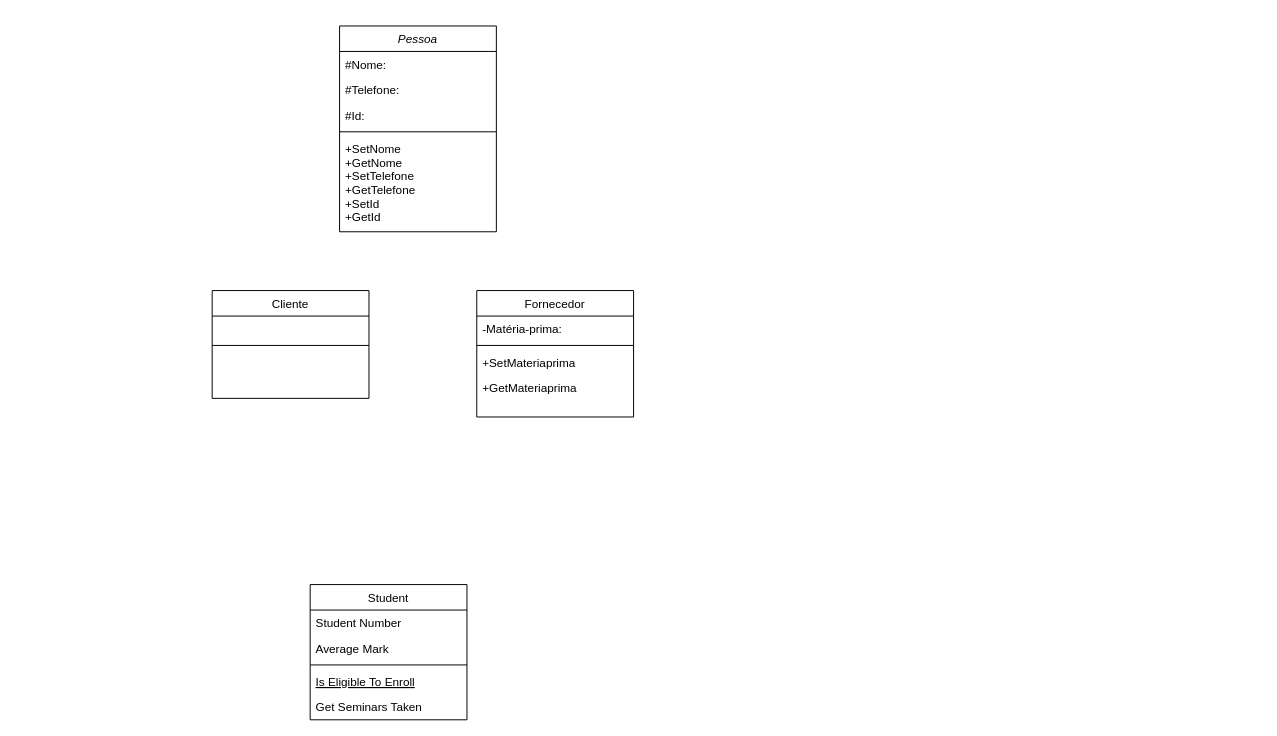
The draw.io diagram classes.drawio in mariavi00/AppEquipe, before the edit. Source tidied: cells renumbered, new cells numbered last; positions are measured from the earlier drawing's top-left corner, leaving out a move shared by most shapes. Both pictures are drawn from the tidied source at 98%, with x=0, y=0 at pixel (212, 25).
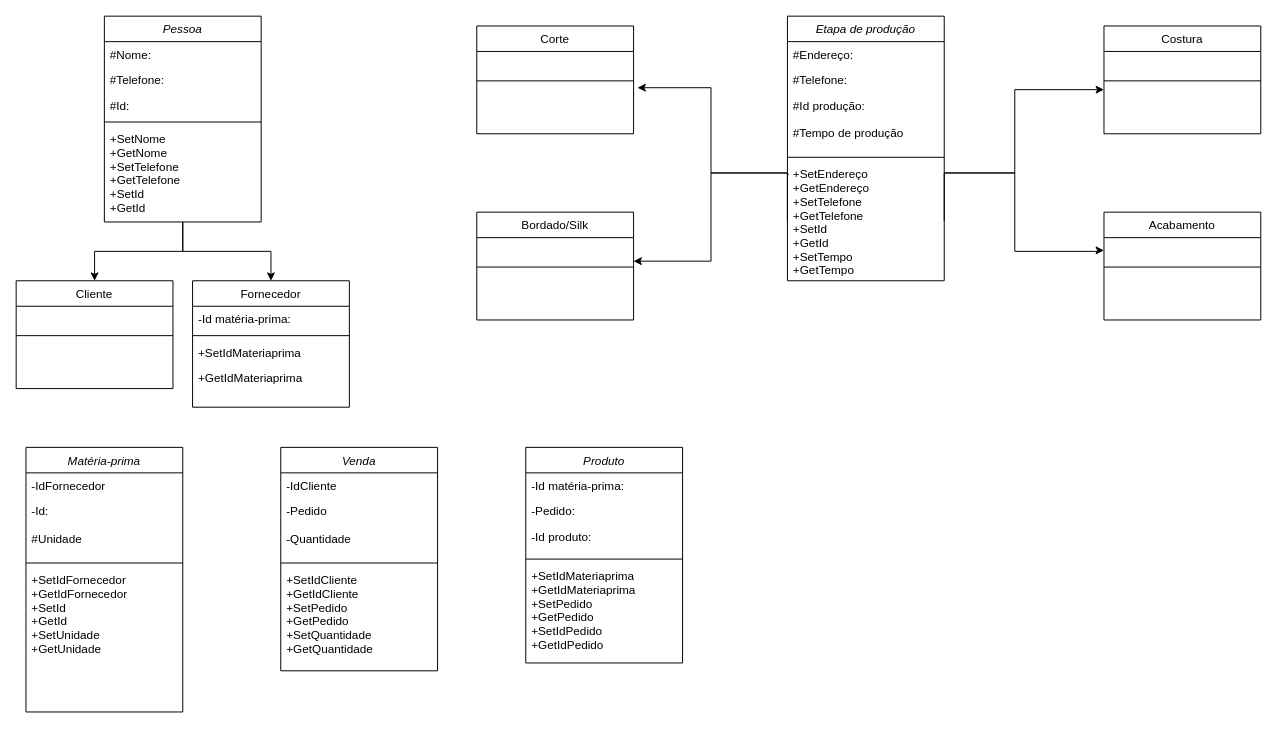
After the change.

Diff of the diagram source:
```diff
@@
+    <mxCell id="23" style="edgeStyle=orthogonalEdgeStyle;rounded=0;jettySize=auto;html=1;" parent="1" edge="1" source="2" target="19">
+      <mxGeometry relative="1" as="geometry" />
+    </mxCell>
+    <mxCell id="24" style="edgeStyle=orthogonalEdgeStyle;rounded=0;jettySize=auto;html=1;" parent="1" edge="1" source="2" target="14">
+      <mxGeometry relative="1" as="geometry" />
+    </mxCell>
     <mxCell id="2" value="Pessoa" style="swimlane;fontStyle=2;align=center;verticalAlign=top;horizontal=1;startSize=26;rounded=0;shadow=0;strokeWidth=1;" parent="1" vertex="1">
-      <mxGeometry x="130" width="160" height="210" as="geometry" />
+      <mxGeometry x="-110" y="-10" width="160" height="210" as="geometry" />
     </mxCell>
@@
-    <mxCell id="8" value="Student" style="swimlane;fontStyle=0;align=center;verticalAlign=top;horizontal=1;startSize=26;rounded=0;shadow=0;strokeWidth=1;" parent="1" vertex="1">
-      <mxGeometry x="100" y="570" width="160" height="138" as="geometry" />
-    </mxCell>
-    <mxCell id="9" value="Student Number" style="text;align=left;verticalAlign=top;spacingLeft=4;spacingRight=4;overflow=hidden;" parent="8" vertex="1">
-      <mxGeometry y="26" width="160" height="26" as="geometry" />
-    </mxCell>
-    <mxCell id="10" value="Average Mark" style="text;align=left;verticalAlign=top;spacingLeft=4;spacingRight=4;overflow=hidden;rounded=0;shadow=0;html=0;" parent="8" vertex="1">
-      <mxGeometry y="52" width="160" height="26" as="geometry" />
-    </mxCell>
-    <mxCell id="11" style="line;html=1;strokeWidth=1;align=left;verticalAlign=middle;spacingTop=-1;spacingLeft=3;spacingRight=3;labelPosition=right;" parent="8" vertex="1">
-      <mxGeometry y="78" width="160" height="8" as="geometry" />
-    </mxCell>
-    <mxCell id="12" value="Is Eligible To Enroll" style="text;align=left;verticalAlign=top;spacingLeft=4;spacingRight=4;overflow=hidden;fontStyle=4;" parent="8" vertex="1">
-      <mxGeometry y="86" width="160" height="26" as="geometry" />
-    </mxCell>
-    <mxCell id="13" value="Get Seminars Taken" style="text;align=left;verticalAlign=top;spacingLeft=4;spacingRight=4;overflow=hidden;" parent="8" vertex="1">
-      <mxGeometry y="112" width="160" height="26" as="geometry" />
-    </mxCell>
     <mxCell id="14" value="Fornecedor" style="swimlane;fontStyle=0;align=center;verticalAlign=top;horizontal=1;startSize=26;rounded=0;shadow=0;strokeWidth=1;" parent="1" vertex="1">
-      <mxGeometry x="270" y="270" width="160" height="129" as="geometry" />
+      <mxGeometry x="-20" y="260" width="160" height="129" as="geometry" />
     </mxCell>
-    <mxCell id="15" value="-Matéria-prima:" style="text;align=left;verticalAlign=top;spacingLeft=4;spacingRight=4;overflow=hidden;rounded=0;shadow=0;html=0;" parent="14" vertex="1">
+    <mxCell id="15" value="-Id matéria-prima:" style="text;align=left;verticalAlign=top;spacingLeft=4;spacingRight=4;overflow=hidden;rounded=0;shadow=0;html=0;" parent="14" vertex="1">
       <mxGeometry y="26" width="160" height="26" as="geometry" />
     </mxCell>
@@
-    <mxCell id="17" value="+SetMateriaprima" style="text;align=left;verticalAlign=top;spacingLeft=4;spacingRight=4;overflow=hidden;" parent="14" vertex="1">
+    <mxCell id="17" value="+SetIdMateriaprima" style="text;align=left;verticalAlign=top;spacingLeft=4;spacingRight=4;overflow=hidden;" parent="14" vertex="1">
       <mxGeometry y="60" width="160" height="26" as="geometry" />
     </mxCell>
-    <mxCell id="18" value="+GetMateriaprima" style="text;align=left;verticalAlign=top;spacingLeft=4;spacingRight=4;overflow=hidden;" parent="14" vertex="1">
+    <mxCell id="18" value="+GetIdMateriaprima" style="text;align=left;verticalAlign=top;spacingLeft=4;spacingRight=4;overflow=hidden;" parent="14" vertex="1">
       <mxGeometry y="86" width="160" height="26" as="geometry" />
     </mxCell>
     <mxCell id="19" value="Cliente" style="swimlane;fontStyle=0;align=center;verticalAlign=top;horizontal=1;startSize=26;rounded=0;shadow=0;strokeWidth=1;" parent="1" vertex="1">
-      <mxGeometry y="270" width="160" height="110" as="geometry" />
+      <mxGeometry x="-200" y="260" width="160" height="110" as="geometry" />
     </mxCell>
@@
+    <mxCell id="25" value="Etapa de produção" style="swimlane;fontStyle=2;align=center;verticalAlign=top;horizontal=1;startSize=26;rounded=0;shadow=0;strokeWidth=1;" parent="1" vertex="1">
+      <mxGeometry x="587" y="-10" width="160" height="270" as="geometry" />
+    </mxCell>
+    <mxCell id="26" value="#Endereço:" style="text;align=left;verticalAlign=top;spacingLeft=4;spacingRight=4;overflow=hidden;" parent="25" vertex="1">
+      <mxGeometry y="26" width="160" height="26" as="geometry" />
+    </mxCell>
+    <mxCell id="27" value="#Telefone:" style="text;align=left;verticalAlign=top;spacingLeft=4;spacingRight=4;overflow=hidden;rounded=0;shadow=0;html=0;" parent="25" vertex="1">
+      <mxGeometry y="52" width="160" height="26" as="geometry" />
+    </mxCell>
+    <mxCell id="28" value="#Id produção:&#10;&#10;#Tempo de produção" style="text;align=left;verticalAlign=top;spacingLeft=4;spacingRight=4;overflow=hidden;" parent="25" vertex="1">
+      <mxGeometry y="78" width="160" height="62" as="geometry" />
+    </mxCell>
+    <mxCell id="29" style="line;html=1;strokeWidth=1;align=left;verticalAlign=middle;spacingTop=-1;spacingLeft=3;spacingRight=3;labelPosition=right;" parent="25" vertex="1">
+      <mxGeometry y="140" width="160" height="8" as="geometry" />
+    </mxCell>
+    <mxCell id="30" value="+SetEndereço&#10;+GetEndereço &#10;+SetTelefone&#10;+GetTelefone&#10;+SetId&#10;+GetId&#10;+SetTempo&#10;+GetTempo" style="text;align=left;verticalAlign=top;spacingLeft=4;spacingRight=4;overflow=hidden;points=[[0,0.5],[1,0.5]];portConstraint=eastwest;" parent="25" vertex="1">
+      <mxGeometry y="148" width="160" height="122" as="geometry" />
+    </mxCell>
+    <mxCell id="31" style="edgeStyle=orthogonalEdgeStyle;rounded=0;orthogonalLoop=1;jettySize=auto;html=1;entryX=0;entryY=0.922;entryDx=0;entryDy=0;entryPerimeter=0;" parent="1" edge="1">
+      <mxGeometry relative="1" as="geometry">
+        <mxPoint x="747" y="150" as="sourcePoint" />
+        <mxPoint x="910" y="65" as="targetPoint" />
+        <Array as="points">
+          <mxPoint x="747" y="150" />
+          <mxPoint x="819" y="150" />
+          <mxPoint x="819" y="65" />
+        </Array>
+      </mxGeometry>
+    </mxCell>
+    <mxCell id="32" style="edgeStyle=orthogonalEdgeStyle;rounded=0;jettySize=auto;html=1;exitX=1;exitY=0.5;exitDx=0;exitDy=0;entryX=0;entryY=0.5;entryDx=0;entryDy=0;" parent="1" edge="1" source="30" target="47">
+      <mxGeometry relative="1" as="geometry">
+        <Array as="points">
+          <mxPoint x="747" y="150" />
+          <mxPoint x="819" y="150" />
+          <mxPoint x="819" y="230" />
+          <mxPoint x="907" y="230" />
+          <mxPoint x="907" y="229" />
+        </Array>
+      </mxGeometry>
+    </mxCell>
+    <mxCell id="33" style="edgeStyle=orthogonalEdgeStyle;rounded=0;jettySize=auto;html=1;exitX=0.006;exitY=0.115;exitDx=0;exitDy=0;entryX=1.025;entryY=0.734;entryDx=0;entryDy=0;entryPerimeter=0;exitPerimeter=0;" parent="1" edge="1" source="30">
+      <mxGeometry relative="1" as="geometry">
+        <mxPoint x="434" y="63" as="targetPoint" />
+        <Array as="points">
+          <mxPoint x="587" y="150" />
+          <mxPoint x="509" y="150" />
+          <mxPoint x="509" y="63" />
+        </Array>
+      </mxGeometry>
+    </mxCell>
+    <mxCell id="34" value="Corte" style="swimlane;fontStyle=0;align=center;verticalAlign=top;horizontal=1;startSize=26;rounded=0;shadow=0;strokeWidth=1;" parent="1" vertex="1">
+      <mxGeometry x="270" width="160" height="110" as="geometry" />
+    </mxCell>
+    <mxCell id="35" value="   " style="text;align=left;verticalAlign=top;spacingLeft=4;spacingRight=4;overflow=hidden;rounded=0;shadow=0;html=0;" parent="34" vertex="1">
+      <mxGeometry y="26" width="160" height="26" as="geometry" />
+    </mxCell>
+    <mxCell id="36" style="line;html=1;strokeWidth=1;align=left;verticalAlign=middle;spacingTop=-1;spacingLeft=3;spacingRight=3;labelPosition=right;" parent="34" vertex="1">
+      <mxGeometry y="52" width="160" height="8" as="geometry" />
+    </mxCell>
+    <mxCell id="37" value="    " style="text;align=left;verticalAlign=top;spacingLeft=4;spacingRight=4;overflow=hidden;" parent="34" vertex="1">
+      <mxGeometry y="60" width="160" height="26" as="geometry" />
+    </mxCell>
+    <mxCell id="38" value="Bordado/Silk" style="swimlane;fontStyle=0;align=center;verticalAlign=top;horizontal=1;startSize=26;rounded=0;shadow=0;strokeWidth=1;" parent="1" vertex="1">
+      <mxGeometry x="270" y="190" width="160" height="110" as="geometry" />
+    </mxCell>
+    <mxCell id="39" value="   " style="text;align=left;verticalAlign=top;spacingLeft=4;spacingRight=4;overflow=hidden;points=[[0,0.5],[1,0.5]];portConstraint=eastwest;rounded=0;shadow=0;html=0;" parent="38" vertex="1">
+      <mxGeometry y="26" width="160" height="26" as="geometry" />
+    </mxCell>
+    <mxCell id="40" style="line;html=1;strokeWidth=1;align=left;verticalAlign=middle;spacingTop=-1;spacingLeft=3;spacingRight=3;labelPosition=right;" parent="38" vertex="1">
+      <mxGeometry y="52" width="160" height="8" as="geometry" />
+    </mxCell>
+    <mxCell id="41" value="    " style="text;align=left;verticalAlign=top;spacingLeft=4;spacingRight=4;overflow=hidden;" parent="38" vertex="1">
+      <mxGeometry y="60" width="160" height="26" as="geometry" />
+    </mxCell>
+    <mxCell id="42" value="Costura" style="swimlane;fontStyle=0;align=center;verticalAlign=top;horizontal=1;startSize=26;rounded=0;shadow=0;strokeWidth=1;" parent="1" vertex="1">
+      <mxGeometry x="910" width="160" height="110" as="geometry" />
+    </mxCell>
+    <mxCell id="43" value="   " style="text;align=left;verticalAlign=top;spacingLeft=4;spacingRight=4;overflow=hidden;rounded=0;shadow=0;html=0;" parent="42" vertex="1">
+      <mxGeometry y="26" width="160" height="26" as="geometry" />
+    </mxCell>
+    <mxCell id="44" style="line;html=1;strokeWidth=1;align=left;verticalAlign=middle;spacingTop=-1;spacingLeft=3;spacingRight=3;labelPosition=right;" parent="42" vertex="1">
+      <mxGeometry y="52" width="160" height="8" as="geometry" />
+    </mxCell>
+    <mxCell id="45" value="    " style="text;align=left;verticalAlign=top;spacingLeft=4;spacingRight=4;overflow=hidden;" parent="42" vertex="1">
+      <mxGeometry y="60" width="160" height="26" as="geometry" />
+    </mxCell>
+    <mxCell id="46" value="Acabamento" style="swimlane;fontStyle=0;align=center;verticalAlign=top;horizontal=1;startSize=26;rounded=0;shadow=0;strokeWidth=1;" parent="1" vertex="1">
+      <mxGeometry x="910" y="190" width="160" height="110" as="geometry" />
+    </mxCell>
+    <mxCell id="47" value="   " style="text;align=left;verticalAlign=top;spacingLeft=4;spacingRight=4;overflow=hidden;points=[[0,0.5],[1,0.5]];portConstraint=eastwest;rounded=0;shadow=0;html=0;" parent="46" vertex="1">
+      <mxGeometry y="26" width="160" height="26" as="geometry" />
+    </mxCell>
+    <mxCell id="48" style="line;html=1;strokeWidth=1;align=left;verticalAlign=middle;spacingTop=-1;spacingLeft=3;spacingRight=3;labelPosition=right;" parent="46" vertex="1">
+      <mxGeometry y="52" width="160" height="8" as="geometry" />
+    </mxCell>
+    <mxCell id="49" value="    " style="text;align=left;verticalAlign=top;spacingLeft=4;spacingRight=4;overflow=hidden;" parent="46" vertex="1">
+      <mxGeometry y="60" width="160" height="26" as="geometry" />
+    </mxCell>
+    <mxCell id="50" style="edgeStyle=orthogonalEdgeStyle;rounded=0;jettySize=auto;html=1;exitX=0;exitY=0.5;exitDx=0;exitDy=0;entryX=1;entryY=0.923;entryDx=0;entryDy=0;entryPerimeter=0;" parent="1" edge="1" source="30" target="39">
+      <mxGeometry relative="1" as="geometry">
+        <Array as="points">
+          <mxPoint x="587" y="150" />
+          <mxPoint x="509" y="150" />
+          <mxPoint x="509" y="240" />
+        </Array>
+      </mxGeometry>
+    </mxCell>
+    <mxCell id="51" value="Venda" style="swimlane;fontStyle=2;align=center;verticalAlign=top;horizontal=1;startSize=26;rounded=0;shadow=0;strokeWidth=1;" parent="1" vertex="1">
+      <mxGeometry x="70" y="430" width="160" height="228" as="geometry" />
+    </mxCell>
+    <mxCell id="52" value="-IdCliente" style="text;align=left;verticalAlign=top;spacingLeft=4;spacingRight=4;overflow=hidden;rounded=0;shadow=0;html=0;" parent="51" vertex="1">
+      <mxGeometry y="26" width="160" height="26" as="geometry" />
+    </mxCell>
+    <mxCell id="53" value="-Pedido&#10;&#10;-Quantidade" style="text;align=left;verticalAlign=top;spacingLeft=4;spacingRight=4;overflow=hidden;" parent="51" vertex="1">
+      <mxGeometry y="52" width="160" height="62" as="geometry" />
+    </mxCell>
+    <mxCell id="54" style="line;html=1;strokeWidth=1;align=left;verticalAlign=middle;spacingTop=-1;spacingLeft=3;spacingRight=3;labelPosition=right;" parent="51" vertex="1">
+      <mxGeometry y="114" width="160" height="8" as="geometry" />
+    </mxCell>
+    <mxCell id="55" value="+SetIdCliente&#10;+GetIdCliente&#10;+SetPedido&#10;+GetPedido&#10;+SetQuantidade&#10;+GetQuantidade" style="text;align=left;verticalAlign=top;spacingLeft=4;spacingRight=4;overflow=hidden;" parent="51" vertex="1">
+      <mxGeometry y="122" width="160" height="106" as="geometry" />
+    </mxCell>
+    <mxCell id="56" value="Matéria-prima" style="swimlane;fontStyle=2;align=center;verticalAlign=top;horizontal=1;startSize=26;rounded=0;shadow=0;strokeWidth=1;" parent="1" vertex="1">
+      <mxGeometry x="-190" y="430" width="160" height="270" as="geometry" />
+    </mxCell>
+    <mxCell id="57" value="-IdFornecedor" style="text;align=left;verticalAlign=top;spacingLeft=4;spacingRight=4;overflow=hidden;" parent="56" vertex="1">
+      <mxGeometry y="26" width="160" height="26" as="geometry" />
+    </mxCell>
+    <mxCell id="58" value="-Id:&#10;&#10;#Unidade" style="text;align=left;verticalAlign=top;spacingLeft=4;spacingRight=4;overflow=hidden;" parent="56" vertex="1">
+      <mxGeometry y="52" width="160" height="62" as="geometry" />
+    </mxCell>
+    <mxCell id="59" style="line;html=1;strokeWidth=1;align=left;verticalAlign=middle;spacingTop=-1;spacingLeft=3;spacingRight=3;labelPosition=right;" parent="56" vertex="1">
+      <mxGeometry y="114" width="160" height="8" as="geometry" />
+    </mxCell>
+    <mxCell id="60" value="+SetIdFornecedor&#10;+GetIdFornecedor &#10;+SetId&#10;+GetId&#10;+SetUnidade&#10;+GetUnidade" style="text;align=left;verticalAlign=top;spacingLeft=4;spacingRight=4;overflow=hidden;" parent="56" vertex="1">
+      <mxGeometry y="122" width="160" height="122" as="geometry" />
+    </mxCell>
+    <mxCell id="61" value="Produto" style="swimlane;fontStyle=2;align=center;verticalAlign=top;horizontal=1;startSize=26;rounded=0;shadow=0;strokeWidth=1;" parent="1" vertex="1">
+      <mxGeometry x="320" y="430" width="160" height="220" as="geometry" />
+    </mxCell>
+    <mxCell id="62" value="-Id matéria-prima:" style="text;align=left;verticalAlign=top;spacingLeft=4;spacingRight=4;overflow=hidden;" parent="61" vertex="1">
+      <mxGeometry y="26" width="160" height="26" as="geometry" />
+    </mxCell>
+    <mxCell id="63" value="-Pedido:" style="text;align=left;verticalAlign=top;spacingLeft=4;spacingRight=4;overflow=hidden;rounded=0;shadow=0;html=0;" parent="61" vertex="1">
+      <mxGeometry y="52" width="160" height="26" as="geometry" />
+    </mxCell>
+    <mxCell id="64" value="-Id produto:" style="text;align=left;verticalAlign=top;spacingLeft=4;spacingRight=4;overflow=hidden;" parent="61" vertex="1">
+      <mxGeometry y="78" width="160" height="32" as="geometry" />
+    </mxCell>
+    <mxCell id="65" style="line;html=1;strokeWidth=1;align=left;verticalAlign=middle;spacingTop=-1;spacingLeft=3;spacingRight=3;labelPosition=right;" parent="61" vertex="1">
+      <mxGeometry y="110" width="160" height="8" as="geometry" />
+    </mxCell>
+    <mxCell id="66" value="+SetIdMateriaprima&#10;+GetIdMateriaprima&#10;+SetPedido&#10;+GetPedido&#10;+SetIdPedido&#10;+GetIdPedido&#10;" style="text;align=left;verticalAlign=top;spacingLeft=4;spacingRight=4;overflow=hidden;" parent="61" vertex="1">
+      <mxGeometry y="118" width="160" height="92" as="geometry" />
+    </mxCell>
```
